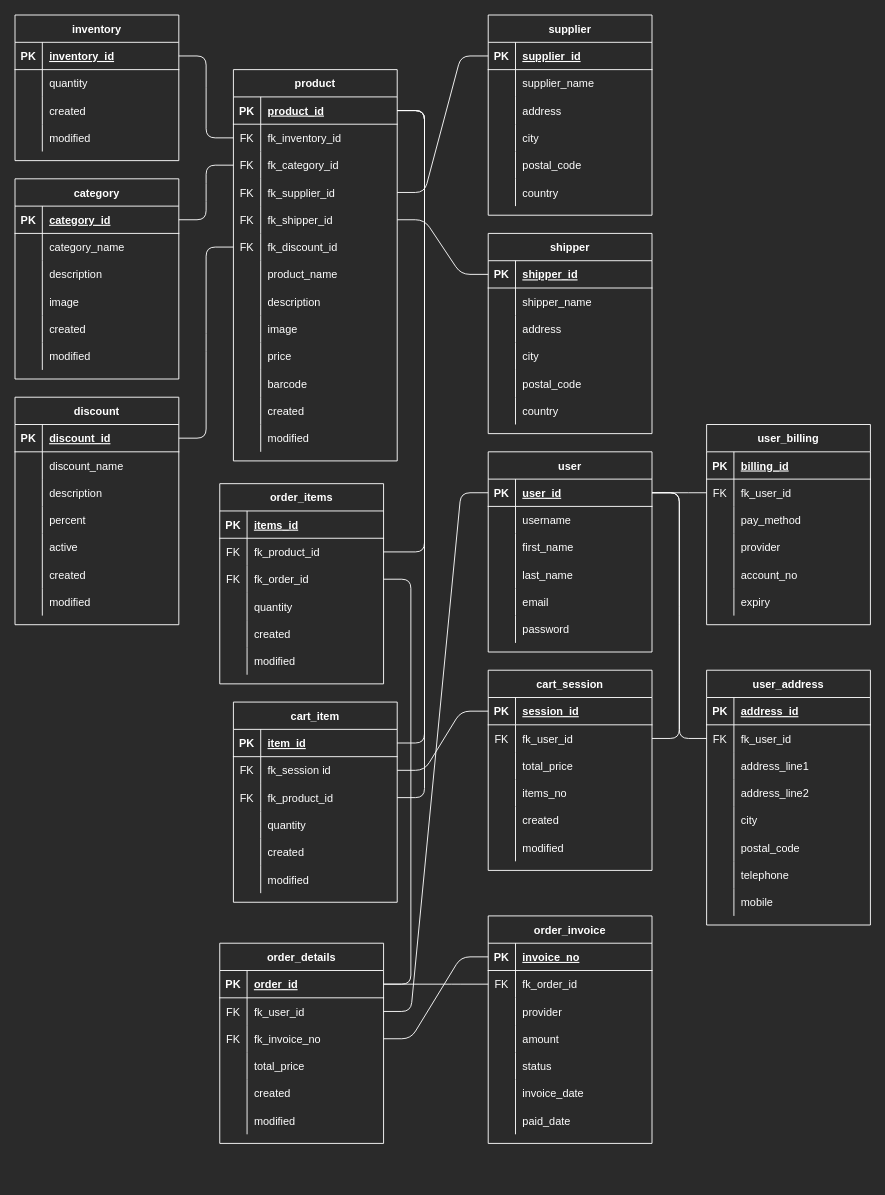
PCSedlaczek/BE15_CR9_Sedlaczek keeps this draw.io diagram as page "UML Classes" (3 of 4) of diagrams/famazon.drawio. Above is the earlier version. Source tidied: cells renumbered, new cells numbered last; positions are measured from the earlier drawing's top-left corner, leaving out a move shared by most shapes. Both pictures are drawn from the tidied source at 91%, with x=0, y=0 at pixel (15, 15).
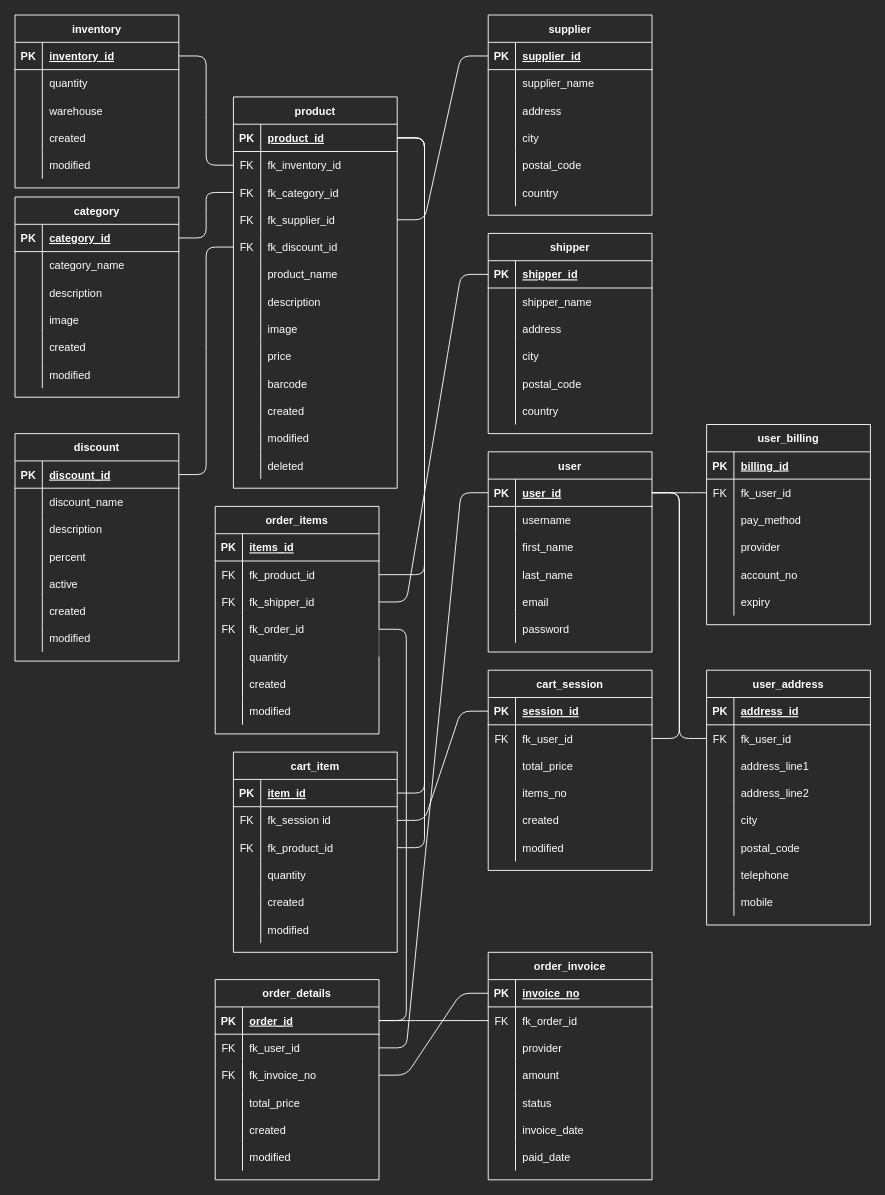
Above is the later version.

The change refers to these unchanged cells:
```xml
<mxCell id="68" style="shape=partialRectangle;fillColor=none;top=0;left=0;bottom=1;right=0;points=[[0,0.5],[1,0.5]];portConstraint=eastwest;labelBackgroundColor=none;fontColor=#FFFFFF;strokeColor=#FFFFFF;strokeWidth=1;" parent="67" vertex="1">
  <mxGeometry y="30" width="180" height="30" as="geometry" />
</mxCell>
<mxCell id="103" style="shape=partialRectangle;fillColor=none;top=0;left=0;bottom=1;right=0;points=[[0,0.5],[1,0.5]];portConstraint=eastwest;labelBackgroundColor=none;fontColor=#FFFFFF;strokeColor=#FFFFFF;strokeWidth=1;" parent="102" vertex="1">
  <mxGeometry y="30" width="180" height="30" as="geometry" />
</mxCell>
<mxCell id="134" style="shape=partialRectangle;fillColor=none;top=0;left=0;bottom=0;right=0;points=[[0,0.5],[1,0.5]];portConstraint=eastwest;labelBackgroundColor=none;fontColor=#FFFFFF;strokeColor=#FFFFFF;strokeWidth=1;" parent="121" vertex="1">
  <mxGeometry y="150" width="180" height="30" as="geometry" />
</mxCell>
<mxCell id="137" style="shape=partialRectangle;fillColor=none;top=0;left=0;bottom=0;right=0;points=[[0,0.5],[1,0.5]];portConstraint=eastwest;labelBackgroundColor=none;fontColor=#FFFFFF;strokeColor=#FFFFFF;strokeWidth=1;" parent="121" vertex="1">
  <mxGeometry y="180" width="180" height="30" as="geometry" />
</mxCell>
<mxCell id="140" style="shape=partialRectangle;fillColor=none;top=0;left=0;bottom=0;right=0;labelBackgroundColor=none;fontColor=#FFFFFF;strokeColor=#FFFFFF;strokeWidth=1;" parent="121" vertex="1">
  <mxGeometry y="210" width="180" height="30" as="geometry" />
</mxCell>
<mxCell id="143" style="shape=partialRectangle;fillColor=none;top=0;left=0;bottom=0;right=0;labelBackgroundColor=none;fontColor=#FFFFFF;strokeColor=#FFFFFF;strokeWidth=1;" parent="121" vertex="1">
  <mxGeometry y="240" width="180" height="30" as="geometry" />
</mxCell>
<mxCell id="146" style="shape=partialRectangle;fillColor=none;top=0;left=0;bottom=0;right=0;labelBackgroundColor=none;fontColor=#FFFFFF;strokeColor=#FFFFFF;strokeWidth=1;" parent="121" vertex="1">
  <mxGeometry y="270" width="180" height="30" as="geometry" />
</mxCell>
<mxCell id="149" style="shape=partialRectangle;fillColor=none;top=0;left=0;bottom=0;right=0;labelBackgroundColor=none;fontColor=#FFFFFF;strokeColor=#FFFFFF;strokeWidth=1;" parent="121" vertex="1">
  <mxGeometry y="300" width="180" height="30" as="geometry" />
</mxCell>
<mxCell id="152" style="shape=partialRectangle;fillColor=none;top=0;left=0;bottom=0;right=0;labelBackgroundColor=none;fontColor=#FFFFFF;strokeColor=#FFFFFF;strokeWidth=1;" parent="121" vertex="1">
  <mxGeometry y="330" width="180" height="30" as="geometry" />
</mxCell>
<mxCell id="155" style="shape=partialRectangle;fillColor=none;top=0;left=0;bottom=0;right=0;labelBackgroundColor=none;fontColor=#FFFFFF;strokeColor=#FFFFFF;strokeWidth=1;" parent="121" vertex="1">
  <mxGeometry y="360" width="180" height="30" as="geometry" />
</mxCell>
<mxCell id="158" style="shape=partialRectangle;fillColor=none;top=0;left=0;bottom=0;right=0;labelBackgroundColor=none;fontColor=#FFFFFF;strokeColor=#FFFFFF;strokeWidth=1;" parent="121" vertex="1">
  <mxGeometry y="390" width="180" height="30" as="geometry" />
</mxCell>
<mxCell id="225" style="shape=partialRectangle;fillColor=none;top=0;left=0;bottom=0;right=0;points=[[0,0.5],[1,0.5]];portConstraint=eastwest;labelBackgroundColor=none;fontColor=#FFFFFF;strokeColor=#FFFFFF;strokeWidth=1;" parent="218" vertex="1">
  <mxGeometry y="90" width="180" height="30" as="geometry" />
</mxCell>
<mxCell id="228" style="shape=partialRectangle;fillColor=none;top=0;left=0;bottom=0;right=0;points=[[0,0.5],[1,0.5]];portConstraint=eastwest;labelBackgroundColor=none;fontColor=#FFFFFF;strokeColor=#FFFFFF;strokeWidth=1;" parent="218" vertex="1">
  <mxGeometry y="120" width="180" height="30" as="geometry" />
</mxCell>
<mxCell id="231" style="shape=partialRectangle;fillColor=none;top=0;left=0;bottom=0;right=0;points=[[0,0.5],[1,0.5]];portConstraint=eastwest;labelBackgroundColor=none;fontColor=#FFFFFF;strokeColor=#FFFFFF;strokeWidth=1;" parent="218" vertex="1">
  <mxGeometry y="150" width="180" height="30" as="geometry" />
</mxCell>
<mxCell id="238" style="shape=partialRectangle;fillColor=none;top=0;left=0;bottom=1;right=0;points=[[0,0.5],[1,0.5]];portConstraint=eastwest;labelBackgroundColor=none;fontColor=#FFFFFF;strokeColor=#FFFFFF;strokeWidth=1;" parent="237" vertex="1">
  <mxGeometry y="30" width="180" height="30" as="geometry" />
</mxCell>
```

The edit, as a diff of the source:
```diff
@@
     <mxCell id="67" value="discount" style="shape=table;startSize=30;childLayout=tableLayout;rowLines=0;fontStyle=1;align=center;labelBackgroundColor=none;fontColor=#FFFFFF;strokeColor=#FFFFFF;strokeWidth=1;fillColor=none;" parent="1" vertex="1">
-      <mxGeometry y="420" width="180" height="250" as="geometry" />
+      <mxGeometry y="460" width="180" height="250" as="geometry" />
     </mxCell>
@@
     <mxCell id="89" value="inventory" style="shape=table;startSize=30;childLayout=tableLayout;rowLines=0;fontStyle=1;align=center;labelBackgroundColor=none;fontColor=#FFFFFF;strokeColor=#FFFFFF;strokeWidth=1;fillColor=none;" parent="1" vertex="1">
-      <mxGeometry width="180" height="160" as="geometry" />
+      <mxGeometry width="180" height="190" as="geometry" />
     </mxCell>
@@
+    <mxCell id="311" style="shape=partialRectangle;fillColor=none;top=0;left=0;bottom=0;right=0;labelBackgroundColor=none;fontColor=#FFFFFF;strokeColor=#FFFFFF;strokeWidth=1;" parent="89" vertex="1">
+      <mxGeometry y="90" width="180" height="30" as="geometry" />
+    </mxCell>
+    <mxCell id="312" style="shape=partialRectangle;fillColor=none;top=0;left=0;bottom=0;right=0;overflow=hidden;labelBackgroundColor=none;fontColor=#FFFFFF;strokeColor=#FFFFFF;strokeWidth=1;" parent="311" vertex="1">
+      <mxGeometry width="30" height="30" as="geometry" />
+    </mxCell>
+    <mxCell id="313" value="warehouse" style="shape=partialRectangle;fillColor=none;top=0;left=0;bottom=0;right=0;align=left;spacingLeft=6;overflow=hidden;labelBackgroundColor=none;fontColor=#FFFFFF;strokeColor=#FFFFFF;strokeWidth=1;" parent="311" vertex="1">
+      <mxGeometry x="30" width="150" height="30" as="geometry" />
+    </mxCell>
     <mxCell id="96" style="shape=partialRectangle;fillColor=none;top=0;left=0;bottom=0;right=0;labelBackgroundColor=none;fontColor=#FFFFFF;strokeColor=#FFFFFF;strokeWidth=1;" parent="89" vertex="1">
-      <mxGeometry y="90" width="180" height="30" as="geometry" />
+      <mxGeometry y="120" width="180" height="30" as="geometry" />
     </mxCell>
@@
     <mxCell id="99" style="shape=partialRectangle;fillColor=none;top=0;left=0;bottom=0;right=0;labelBackgroundColor=none;fontColor=#FFFFFF;strokeColor=#FFFFFF;strokeWidth=1;" parent="89" vertex="1">
-      <mxGeometry y="120" width="180" height="30" as="geometry" />
+      <mxGeometry y="150" width="180" height="30" as="geometry" />
     </mxCell>
@@
     <mxCell id="121" value="product" style="shape=table;startSize=30;childLayout=tableLayout;rowLines=0;fontStyle=1;align=center;labelBackgroundColor=none;fontColor=#FFFFFF;strokeColor=#FFFFFF;strokeWidth=1;fillColor=none;" parent="1" vertex="1">
-      <mxGeometry x="240" y="60" width="180" height="430" as="geometry" />
+      <mxGeometry x="240" y="90" width="180" height="430" as="geometry" />
     </mxCell>
@@
-    <mxCell id="136" value="fk_shipper_id" style="shape=partialRectangle;fillColor=none;top=0;left=0;bottom=0;right=0;align=left;spacingLeft=6;overflow=hidden;labelBackgroundColor=none;fontColor=#FFFFFF;strokeColor=#FFFFFF;strokeWidth=1;" parent="134" vertex="1">
+    <mxCell id="136" value="fk_discount_id" style="shape=partialRectangle;fillColor=none;top=0;left=0;bottom=0;right=0;align=left;spacingLeft=6;overflow=hidden;labelBackgroundColor=none;fontColor=#FFFFFF;strokeColor=#FFFFFF;strokeWidth=1;" parent="134" vertex="1">
       <mxGeometry x="30" width="150" height="30" as="geometry" />
     </mxCell>
@@
-    <mxCell id="138" value="FK" style="shape=partialRectangle;fillColor=none;top=0;left=0;bottom=0;right=0;overflow=hidden;labelBackgroundColor=none;fontColor=#FFFFFF;strokeColor=#FFFFFF;strokeWidth=1;" parent="137" vertex="1">
+    <mxCell id="138" style="shape=partialRectangle;fillColor=none;top=0;left=0;bottom=0;right=0;overflow=hidden;labelBackgroundColor=none;fontColor=#FFFFFF;strokeColor=#FFFFFF;strokeWidth=1;" parent="137" vertex="1">
       <mxGeometry width="30" height="30" as="geometry" />
     </mxCell>
-    <mxCell id="139" value="fk_discount_id" style="shape=partialRectangle;fillColor=none;top=0;left=0;bottom=0;right=0;align=left;spacingLeft=6;overflow=hidden;labelBackgroundColor=none;fontColor=#FFFFFF;strokeColor=#FFFFFF;strokeWidth=1;" parent="137" vertex="1">
+    <mxCell id="139" value="product_name" style="shape=partialRectangle;fillColor=none;top=0;left=0;bottom=0;right=0;align=left;spacingLeft=6;overflow=hidden;labelBackgroundColor=none;fontColor=#FFFFFF;strokeColor=#FFFFFF;strokeWidth=1;" parent="137" vertex="1">
       <mxGeometry x="30" width="150" height="30" as="geometry" />
     </mxCell>
@@
-    <mxCell id="142" value="product_name" style="shape=partialRectangle;fillColor=none;top=0;left=0;bottom=0;right=0;align=left;spacingLeft=6;overflow=hidden;labelBackgroundColor=none;fontColor=#FFFFFF;strokeColor=#FFFFFF;strokeWidth=1;" parent="140" vertex="1">
+    <mxCell id="142" value="description" style="shape=partialRectangle;fillColor=none;top=0;left=0;bottom=0;right=0;align=left;spacingLeft=6;overflow=hidden;labelBackgroundColor=none;fontColor=#FFFFFF;strokeColor=#FFFFFF;strokeWidth=1;" parent="140" vertex="1">
       <mxGeometry x="30" width="150" height="30" as="geometry" />
     </mxCell>
@@
-    <mxCell id="145" value="description" style="shape=partialRectangle;fillColor=none;top=0;left=0;bottom=0;right=0;align=left;spacingLeft=6;overflow=hidden;labelBackgroundColor=none;fontColor=#FFFFFF;strokeColor=#FFFFFF;strokeWidth=1;" parent="143" vertex="1">
+    <mxCell id="145" value="image" style="shape=partialRectangle;fillColor=none;top=0;left=0;bottom=0;right=0;align=left;spacingLeft=6;overflow=hidden;labelBackgroundColor=none;fontColor=#FFFFFF;strokeColor=#FFFFFF;strokeWidth=1;" parent="143" vertex="1">
       <mxGeometry x="30" width="150" height="30" as="geometry" />
     </mxCell>
@@
-    <mxCell id="148" value="image" style="shape=partialRectangle;fillColor=none;top=0;left=0;bottom=0;right=0;align=left;spacingLeft=6;overflow=hidden;labelBackgroundColor=none;fontColor=#FFFFFF;strokeColor=#FFFFFF;strokeWidth=1;" parent="146" vertex="1">
+    <mxCell id="148" value="price" style="shape=partialRectangle;fillColor=none;top=0;left=0;bottom=0;right=0;align=left;spacingLeft=6;overflow=hidden;labelBackgroundColor=none;fontColor=#FFFFFF;strokeColor=#FFFFFF;strokeWidth=1;" parent="146" vertex="1">
       <mxGeometry x="30" width="150" height="30" as="geometry" />
     </mxCell>
@@
-    <mxCell id="151" value="price" style="shape=partialRectangle;fillColor=none;top=0;left=0;bottom=0;right=0;align=left;spacingLeft=6;overflow=hidden;labelBackgroundColor=none;fontColor=#FFFFFF;strokeColor=#FFFFFF;strokeWidth=1;" parent="149" vertex="1">
+    <mxCell id="151" value="barcode" style="shape=partialRectangle;fillColor=none;top=0;left=0;bottom=0;right=0;align=left;spacingLeft=6;overflow=hidden;labelBackgroundColor=none;fontColor=#FFFFFF;strokeColor=#FFFFFF;strokeWidth=1;" parent="149" vertex="1">
       <mxGeometry x="30" width="150" height="30" as="geometry" />
     </mxCell>
@@
-    <mxCell id="154" value="barcode" style="shape=partialRectangle;fillColor=none;top=0;left=0;bottom=0;right=0;align=left;spacingLeft=6;overflow=hidden;labelBackgroundColor=none;fontColor=#FFFFFF;strokeColor=#FFFFFF;strokeWidth=1;" parent="152" vertex="1">
+    <mxCell id="154" value="created" style="shape=partialRectangle;fillColor=none;top=0;left=0;bottom=0;right=0;align=left;spacingLeft=6;overflow=hidden;labelBackgroundColor=none;fontColor=#FFFFFF;strokeColor=#FFFFFF;strokeWidth=1;" parent="152" vertex="1">
       <mxGeometry x="30" width="150" height="30" as="geometry" />
     </mxCell>
@@
-    <mxCell id="157" value="created" style="shape=partialRectangle;fillColor=none;top=0;left=0;bottom=0;right=0;align=left;spacingLeft=6;overflow=hidden;labelBackgroundColor=none;fontColor=#FFFFFF;strokeColor=#FFFFFF;strokeWidth=1;" parent="155" vertex="1">
+    <mxCell id="157" value="modified" style="shape=partialRectangle;fillColor=none;top=0;left=0;bottom=0;right=0;align=left;spacingLeft=6;overflow=hidden;labelBackgroundColor=none;fontColor=#FFFFFF;strokeColor=#FFFFFF;strokeWidth=1;" parent="155" vertex="1">
       <mxGeometry x="30" width="150" height="30" as="geometry" />
     </mxCell>
@@
-    <mxCell id="160" value="modified" style="shape=partialRectangle;fillColor=none;top=0;left=0;bottom=0;right=0;align=left;spacingLeft=6;overflow=hidden;labelBackgroundColor=none;fontColor=#FFFFFF;strokeColor=#FFFFFF;strokeWidth=1;" parent="158" vertex="1">
+    <mxCell id="160" value="deleted" style="shape=partialRectangle;fillColor=none;top=0;left=0;bottom=0;right=0;align=left;spacingLeft=6;overflow=hidden;labelBackgroundColor=none;fontColor=#FFFFFF;strokeColor=#FFFFFF;strokeWidth=1;" parent="158" vertex="1">
       <mxGeometry x="30" width="150" height="30" as="geometry" />
     </mxCell>
     <mxCell id="161" value="category" style="shape=table;startSize=30;childLayout=tableLayout;rowLines=0;fontStyle=1;align=center;labelBackgroundColor=none;fontColor=#FFFFFF;strokeColor=#FFFFFF;strokeWidth=1;fillColor=none;" parent="1" vertex="1">
-      <mxGeometry y="180" width="180" height="220" as="geometry" />
+      <mxGeometry y="200" width="180" height="220" as="geometry" />
     </mxCell>
@@
     <mxCell id="199" value="cart_item" style="shape=table;startSize=30;childLayout=tableLayout;rowLines=0;fontStyle=1;align=center;labelBackgroundColor=none;fontColor=#FFFFFF;strokeColor=#FFFFFF;strokeWidth=1;fillColor=none;" parent="1" vertex="1">
-      <mxGeometry x="240" y="755" width="180" height="220" as="geometry" />
+      <mxGeometry x="240" y="810" width="180" height="220" as="geometry" />
     </mxCell>
@@
     <mxCell id="218" value="order_items" style="shape=table;startSize=30;childLayout=tableLayout;rowLines=0;fontStyle=1;align=center;labelBackgroundColor=none;fontColor=#FFFFFF;strokeColor=#FFFFFF;strokeWidth=1;fillColor=none;" parent="1" vertex="1">
-      <mxGeometry x="225" y="515" width="180" height="220" as="geometry" />
+      <mxGeometry x="220" y="540" width="180" height="250" as="geometry" />
     </mxCell>
@@
-    <mxCell id="227" value="fk_order_id" style="shape=partialRectangle;fillColor=none;top=0;left=0;bottom=0;right=0;align=left;spacingLeft=6;overflow=hidden;labelBackgroundColor=none;fontColor=#FFFFFF;strokeColor=#FFFFFF;strokeWidth=1;" parent="225" vertex="1">
+    <mxCell id="227" value="fk_shipper_id" style="shape=partialRectangle;fillColor=none;top=0;left=0;bottom=0;right=0;align=left;spacingLeft=6;overflow=hidden;labelBackgroundColor=none;fontColor=#FFFFFF;strokeColor=#FFFFFF;strokeWidth=1;" parent="225" vertex="1">
       <mxGeometry x="30" width="150" height="30" as="geometry" />
     </mxCell>
@@
-    <mxCell id="229" style="shape=partialRectangle;fillColor=none;top=0;left=0;bottom=0;right=0;overflow=hidden;labelBackgroundColor=none;fontColor=#FFFFFF;strokeColor=#FFFFFF;strokeWidth=1;" parent="228" vertex="1">
+    <mxCell id="229" value="FK" style="shape=partialRectangle;fillColor=none;top=0;left=0;bottom=0;right=0;overflow=hidden;labelBackgroundColor=none;fontColor=#FFFFFF;strokeColor=#FFFFFF;strokeWidth=1;" parent="228" vertex="1">
       <mxGeometry width="30" height="30" as="geometry" />
     </mxCell>
-    <mxCell id="230" value="quantity" style="shape=partialRectangle;fillColor=none;top=0;left=0;bottom=0;right=0;align=left;spacingLeft=6;overflow=hidden;labelBackgroundColor=none;fontColor=#FFFFFF;strokeColor=#FFFFFF;strokeWidth=1;" parent="228" vertex="1">
+    <mxCell id="230" value="fk_order_id" style="shape=partialRectangle;fillColor=none;top=0;left=0;bottom=0;right=0;align=left;spacingLeft=6;overflow=hidden;labelBackgroundColor=none;fontColor=#FFFFFF;strokeColor=#FFFFFF;strokeWidth=1;" parent="228" vertex="1">
       <mxGeometry x="30" width="150" height="30" as="geometry" />
     </mxCell>
+    <mxCell id="314" style="edgeStyle=none;html=1;exitX=1;exitY=0.5;exitDx=0;exitDy=0;entryX=1;entryY=0.5;entryDx=0;entryDy=0;endArrow=none;endFill=0;" parent="218" edge="1" source="231" target="228">
+      <mxGeometry relative="1" as="geometry" />
+    </mxCell>
@@
-    <mxCell id="233" value="created" style="shape=partialRectangle;fillColor=none;top=0;left=0;bottom=0;right=0;align=left;spacingLeft=6;overflow=hidden;labelBackgroundColor=none;fontColor=#FFFFFF;strokeColor=#FFFFFF;strokeWidth=1;" parent="231" vertex="1">
+    <mxCell id="233" value="quantity" style="shape=partialRectangle;fillColor=none;top=0;left=0;bottom=0;right=0;align=left;spacingLeft=6;overflow=hidden;labelBackgroundColor=none;fontColor=#FFFFFF;strokeColor=#FFFFFF;strokeWidth=1;" parent="231" vertex="1">
       <mxGeometry x="30" width="150" height="30" as="geometry" />
     </mxCell>
+    <mxCell id="315" style="shape=partialRectangle;fillColor=none;top=0;left=0;bottom=0;right=0;labelBackgroundColor=none;fontColor=#FFFFFF;strokeColor=#FFFFFF;strokeWidth=1;" parent="218" vertex="1">
+      <mxGeometry y="180" width="180" height="30" as="geometry" />
+    </mxCell>
+    <mxCell id="316" style="shape=partialRectangle;fillColor=none;top=0;left=0;bottom=0;right=0;overflow=hidden;labelBackgroundColor=none;fontColor=#FFFFFF;strokeColor=#FFFFFF;strokeWidth=1;" parent="315" vertex="1">
+      <mxGeometry width="30" height="30" as="geometry" />
+    </mxCell>
+    <mxCell id="317" value="created" style="shape=partialRectangle;fillColor=none;top=0;left=0;bottom=0;right=0;align=left;spacingLeft=6;overflow=hidden;labelBackgroundColor=none;fontColor=#FFFFFF;strokeColor=#FFFFFF;strokeWidth=1;" parent="315" vertex="1">
+      <mxGeometry x="30" width="150" height="30" as="geometry" />
+    </mxCell>
     <mxCell id="234" style="shape=partialRectangle;fillColor=none;top=0;left=0;bottom=0;right=0;labelBackgroundColor=none;fontColor=#FFFFFF;strokeColor=#FFFFFF;strokeWidth=1;" parent="218" vertex="1">
-      <mxGeometry y="180" width="180" height="30" as="geometry" />
+      <mxGeometry y="210" width="180" height="30" as="geometry" />
     </mxCell>
@@
     <mxCell id="237" value="order_details" style="shape=table;startSize=30;childLayout=tableLayout;rowLines=0;fontStyle=1;align=center;labelBackgroundColor=none;fontColor=#FFFFFF;strokeColor=#FFFFFF;strokeWidth=1;fillColor=none;" parent="1" vertex="1">
-      <mxGeometry x="225" y="1020" width="180" height="220" as="geometry" />
+      <mxGeometry x="220" y="1060" width="180" height="220" as="geometry" />
     </mxCell>
@@
     <mxCell id="256" value="order_invoice" style="shape=table;startSize=30;childLayout=tableLayout;rowLines=0;fontStyle=1;align=center;labelBackgroundColor=none;fontColor=#FFFFFF;strokeColor=#FFFFFF;strokeWidth=1;fillColor=none;" parent="1" vertex="1">
-      <mxGeometry x="520" y="990" width="180" height="250" as="geometry" />
+      <mxGeometry x="520" y="1030" width="180" height="250" as="geometry" />
     </mxCell>
@@
-    <mxCell id="285" style="edgeStyle=entityRelationEdgeStyle;html=1;entryX=0;entryY=0.5;entryDx=0;entryDy=0;fontColor=#FFFFFF;endArrow=none;endFill=0;strokeColor=#FFFFFF;" parent="1" edge="1" source="68" target="137">
+    <mxCell id="285" style="edgeStyle=entityRelationEdgeStyle;html=1;entryX=0;entryY=0.5;entryDx=0;entryDy=0;fontColor=#FFFFFF;endArrow=none;endFill=0;strokeColor=#FFFFFF;" parent="1" edge="1" source="68" target="134">
       <mxGeometry relative="1" as="geometry" />
     </mxCell>
@@
-    <mxCell id="287" style="edgeStyle=entityRelationEdgeStyle;html=1;entryX=1;entryY=0.5;entryDx=0;entryDy=0;fontColor=#FFFFFF;endArrow=none;endFill=0;strokeColor=#FFFFFF;" parent="1" edge="1" source="103" target="134">
+    <mxCell id="287" style="edgeStyle=entityRelationEdgeStyle;html=1;entryX=1;entryY=0.5;entryDx=0;entryDy=0;fontColor=#FFFFFF;endArrow=none;endFill=0;strokeColor=#FFFFFF;" parent="1" edge="1" source="103" target="225">
       <mxGeometry relative="1" as="geometry" />
     </mxCell>
-    <mxCell id="288" style="edgeStyle=entityRelationEdgeStyle;html=1;fontColor=#FFFFFF;endArrow=none;endFill=0;strokeColor=#FFFFFF;" parent="1" edge="1" source="225" target="238">
+    <mxCell id="288" style="edgeStyle=entityRelationEdgeStyle;html=1;fontColor=#FFFFFF;endArrow=none;endFill=0;strokeColor=#FFFFFF;exitX=1;exitY=0.5;exitDx=0;exitDy=0;" parent="1" edge="1" source="228" target="238">
       <mxGeometry relative="1" as="geometry" />
     </mxCell>
```
